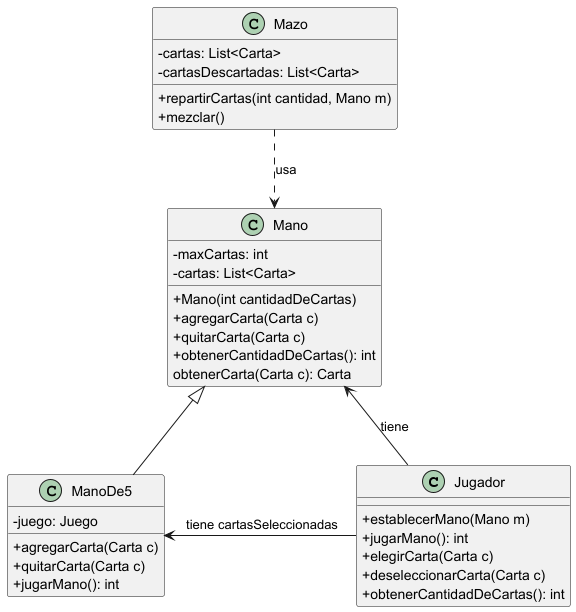
fiuba/algo3_proyecto_base_tp2 keeps this PlantUML diagram as diagrams/classes/JugadorManoYMazo.png. Above is the earlier version.
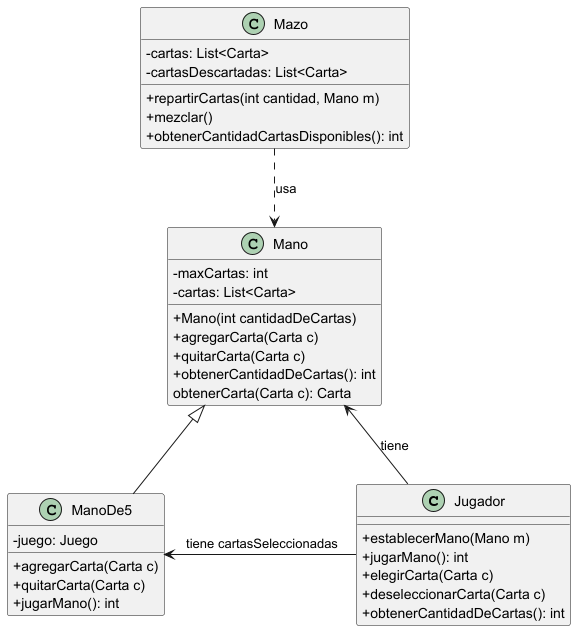
The same file after the commit.

Diff of the diagram source:
```diff
@@ -13,6 +13,7 @@
 -cartasDescartadas: List<Carta>
 +repartirCartas(int cantidad, Mano m)
 +mezclar()
++obtenerCantidadCartasDisponibles(): int
 }
 
 
```
